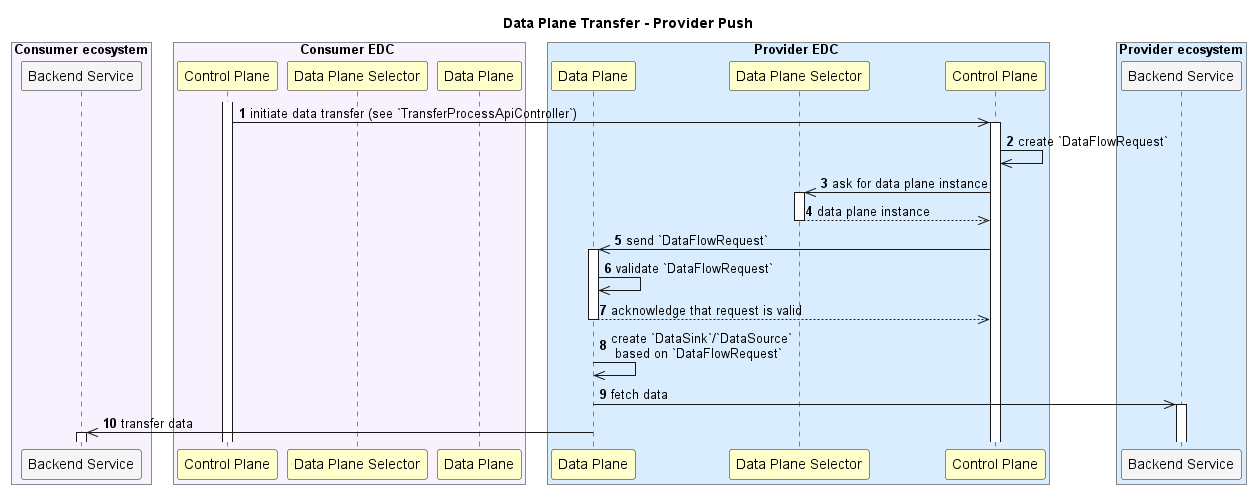
eclipse-edc/Connector keeps this PlantUML diagram as docs/developer/architecture/data-transfer/diagrams/transfer-data-plane-provider-push.png. Above is the earlier version.
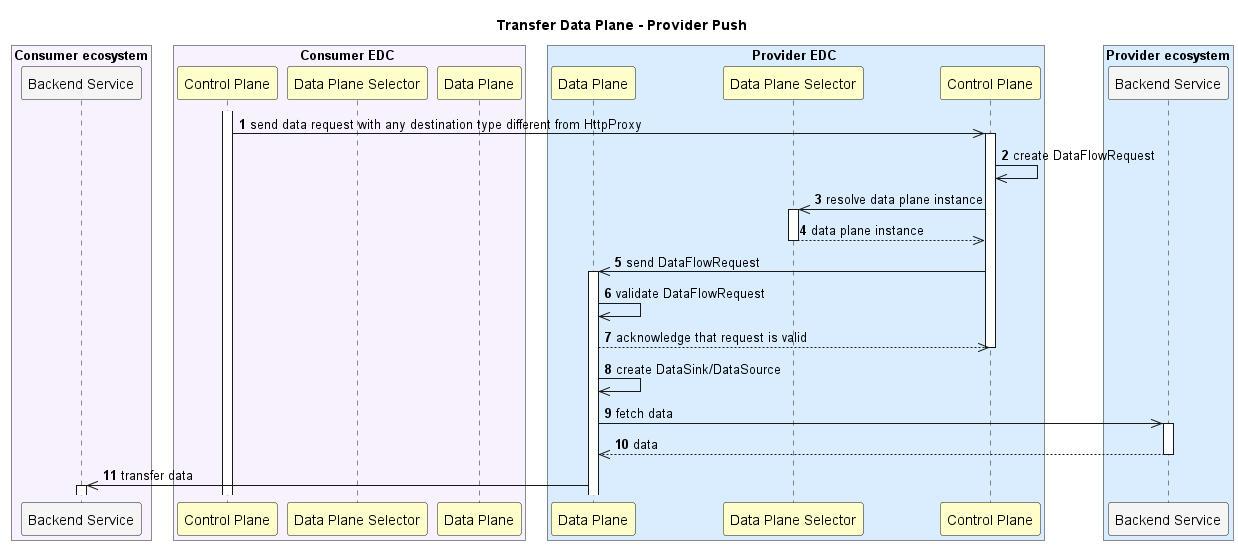
Later version of the same file.

The edit, as a diff of the source:
```diff
@@ -38,24 +38,28 @@
 end box
 
 title
- **Data Plane Transfer - Provider Push**
+ **Transfer Data Plane - Provider Push**
 end title
 autonumber 1
 
 activate CCP
-CCP ->> PCP : initiate data transfer (see `TransferProcessApiController`)
+CCP ->> PCP : send data request with any destination type different from HttpProxy
 activate PCP
-PCP ->> PCP : create `DataFlowRequest`
-PCP ->> PDPS : ask for data plane instance
+PCP ->> PCP : create DataFlowRequest
+PCP ->> PDPS : resolve data plane instance
 activate PDPS
-return data plane instance
-PCP ->> PDP : send `DataFlowRequest`
+PDPS -->> PCP : data plane instance
+deactivate PDPS
+PCP ->> PDP : send DataFlowRequest
 activate PDP
-PDP ->> PDP : validate `DataFlowRequest`
-return acknowledge that request is valid
-PDP ->> PDP : create `DataSink`/`DataSource`\n based on `DataFlowRequest`
+PDP ->> PDP : validate DataFlowRequest
+PDP -->> PCP : acknowledge that request is valid
+deactivate PCP
+PDP ->> PDP : create DataSink/DataSource
 PDP ->> PBE : fetch data
 activate PBE
+PBE -->> PDP : data
+deactivate PBE
 PDP ->> CBE : transfer data
 activate CBE
 
```
